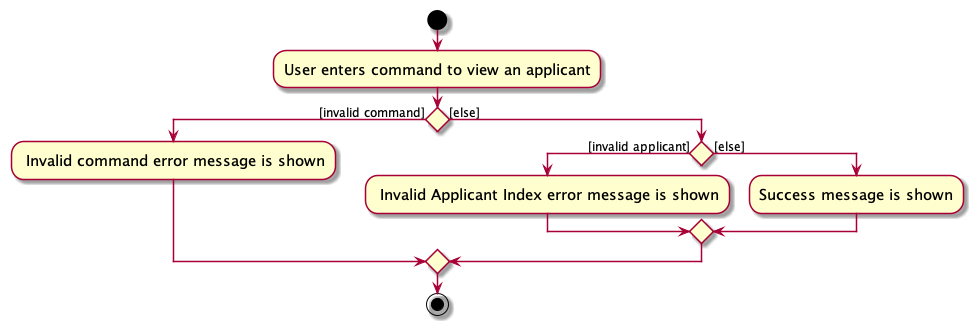
This is docs/images/ViewApplicantActivityDiagram.png from nus-cs2103-AY2324S1/tp, a PlantUML export, as it was before one commit.
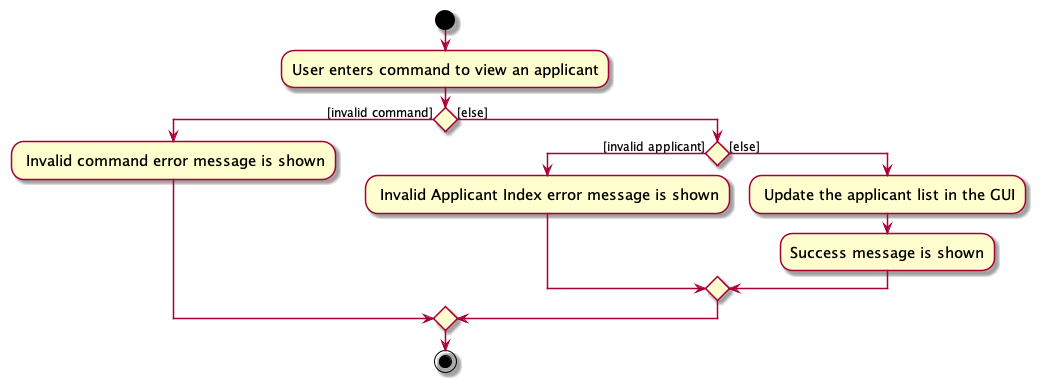
After the commit.

Commit message:
Add Updates GUI to activity diagram

Diff of the diagram source:
```diff
@@ -11,6 +11,7 @@
     if () then ([invalid applicant])
         : Invalid Applicant Index error message is shown;
     else ([else])
+        : Update the applicant list in the GUI;
         :Success message is shown;
     endif
 endif
```
